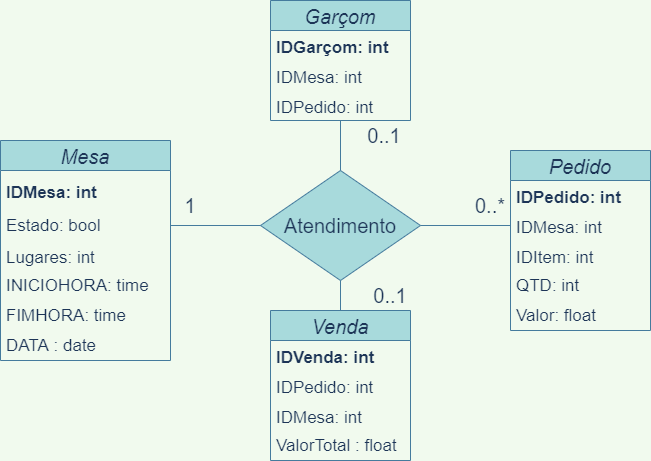
hinname/project-Restaurant keeps this draw.io diagram as Diagrama de Classe Atendimento.drawio.png. Above is the earlier version. Source tidied: cells renumbered, new cells last; positions are measured from the earlier drawing's top-left corner, leaving out a move shared by most shapes.
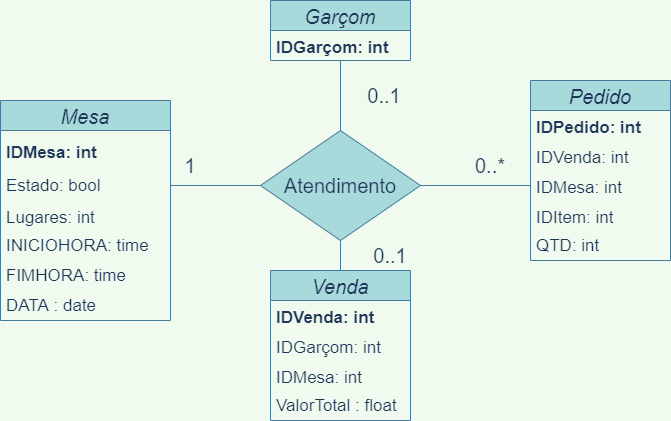
After the commit.

The edit, as a diff of the source:
```diff
@@ -24,23 +24,23 @@
       <mxGeometry y="190" width="170" height="30" as="geometry" />
     </mxCell>
     <mxCell id="9" value="Pedido" style="swimlane;fontStyle=2;horizontal=1;startSize=30;fontSize=20;fillColor=#A8DADC;strokeColor=#457B9D;fontColor=#1D3557;" parent="1" vertex="1">
-      <mxGeometry x="510" y="150" width="140" height="180" as="geometry" />
+      <mxGeometry x="530" y="120" width="140" height="180" as="geometry" />
     </mxCell>
     <mxCell id="10" value="IDPedido: int" style="text;strokeColor=none;fillColor=none;align=left;verticalAlign=middle;spacingLeft=4;spacingRight=4;overflow=hidden;fontColor=#1D3557;fontSize=17;fontStyle=1;" parent="9" vertex="1">
       <mxGeometry y="30" width="140" height="30" as="geometry" />
     </mxCell>
+    <mxCell id="34" value="IDVenda: int" style="text;strokeColor=none;fillColor=none;align=left;verticalAlign=middle;spacingLeft=4;spacingRight=4;overflow=hidden;fontSize=17;fontColor=#1D3557;fontStyle=0;" parent="9" vertex="1">
+      <mxGeometry y="60" width="140" height="30" as="geometry" />
+    </mxCell>
     <mxCell id="11" value="IDMesa: int" style="text;strokeColor=none;fillColor=none;align=left;verticalAlign=middle;spacingLeft=4;spacingRight=4;overflow=hidden;points=[[0,0.5],[1,0.5]];portConstraint=eastwest;fontColor=#1D3557;fontSize=17;" parent="9" vertex="1">
-      <mxGeometry y="60" width="140" height="30" as="geometry" />
+      <mxGeometry y="90" width="140" height="30" as="geometry" />
     </mxCell>
     <mxCell id="12" value="IDItem: int" style="text;strokeColor=none;fillColor=none;align=left;verticalAlign=middle;spacingLeft=4;spacingRight=4;overflow=hidden;fontColor=#1D3557;fontSize=17;" parent="9" vertex="1">
-      <mxGeometry y="90" width="140" height="30" as="geometry" />
+      <mxGeometry y="120" width="140" height="30" as="geometry" />
     </mxCell>
     <mxCell id="13" value="&lt;font style=&quot;font-size: 17px&quot;&gt;QTD: int&lt;/font&gt;" style="text;html=1;strokeColor=none;fillColor=none;align=left;verticalAlign=middle;rounded=0;fontSize=12;whiteSpace=wrap;spacingLeft=4;fontColor=#1D3557;" parent="9" vertex="1">
-      <mxGeometry y="120" width="140" height="30" as="geometry" />
+      <mxGeometry y="150" width="140" height="30" as="geometry" />
     </mxCell>
-    <mxCell id="14" value="&lt;font style=&quot;font-size: 17px&quot;&gt;Valor: float&lt;/font&gt;" style="text;html=1;strokeColor=none;fillColor=none;align=left;verticalAlign=middle;whiteSpace=wrap;rounded=0;fontSize=12;spacingLeft=4;fontColor=#1D3557;" parent="9" vertex="1">
-      <mxGeometry y="150" width="140" height="30" as="geometry" />
-    </mxCell>
     <mxCell id="15" value="&lt;font style=&quot;font-size: 20px&quot;&gt;0..*&lt;/font&gt;" style="text;html=1;strokeColor=none;fillColor=none;align=center;verticalAlign=middle;whiteSpace=wrap;rounded=0;fontSize=12;fontColor=#1D3557;" parent="1" vertex="1">
       <mxGeometry x="460" y="190" width="60" height="30" as="geometry" />
     </mxCell>
@@ -54,26 +54,20 @@
       <mxGeometry relative="1" as="geometry" />
     </mxCell>
     <mxCell id="19" value="Garçom" style="swimlane;fontStyle=2;horizontal=1;startSize=30;fontSize=20;align=center;fillColor=#A8DADC;strokeColor=#457B9D;fontColor=#1D3557;" parent="1" vertex="1">
-      <mxGeometry x="270" width="140" height="120" as="geometry" />
+      <mxGeometry x="270" y="40" width="140" height="60" as="geometry" />
     </mxCell>
     <mxCell id="20" value="IDGarçom: int" style="text;strokeColor=none;fillColor=none;align=left;verticalAlign=middle;spacingLeft=4;spacingRight=4;overflow=hidden;fontSize=17;fontColor=#1D3557;fontStyle=1;" parent="19" vertex="1">
       <mxGeometry y="30" width="140" height="30" as="geometry" />
     </mxCell>
-    <mxCell id="21" value="IDMesa: int" style="text;strokeColor=none;fillColor=none;align=left;verticalAlign=middle;spacingLeft=4;spacingRight=4;overflow=hidden;fontSize=17;fontColor=#1D3557;" parent="19" vertex="1">
-      <mxGeometry y="60" width="140" height="30" as="geometry" />
-    </mxCell>
-    <mxCell id="22" value="IDPedido: int" style="text;strokeColor=none;fillColor=none;align=left;verticalAlign=middle;spacingLeft=4;spacingRight=4;overflow=hidden;fontSize=17;fontColor=#1D3557;" parent="19" vertex="1">
-      <mxGeometry y="90" width="140" height="30" as="geometry" />
-    </mxCell>
     <mxCell id="23" value="Venda" style="swimlane;fontStyle=2;horizontal=1;startSize=30;fontSize=20;align=center;fillColor=#A8DADC;strokeColor=#457B9D;fontColor=#1D3557;" parent="1" vertex="1">
       <mxGeometry x="270" y="310" width="140" height="150" as="geometry" />
     </mxCell>
     <mxCell id="24" value="IDVenda: int" style="text;strokeColor=none;fillColor=none;align=left;verticalAlign=middle;spacingLeft=4;spacingRight=4;overflow=hidden;fontSize=17;fontColor=#1D3557;fontStyle=1;" parent="23" vertex="1">
       <mxGeometry y="30" width="140" height="30" as="geometry" />
     </mxCell>
-    <mxCell id="25" value="IDPedido: int" style="text;strokeColor=none;fillColor=none;align=left;verticalAlign=middle;spacingLeft=4;spacingRight=4;overflow=hidden;fontSize=17;fontColor=#1D3557;" parent="23" vertex="1">
-      <mxGeometry y="60" width="140" height="30" as="geometry" />
-    </mxCell>
+    <mxCell id="35" value="IDGarçom: int" style="text;strokeColor=none;fillColor=none;align=left;verticalAlign=middle;spacingLeft=4;spacingRight=4;overflow=hidden;fontSize=17;fontColor=#1D3557;fontStyle=0;" parent="23" vertex="1">
+      <mxGeometry y="60" width="140" height="30" as="geometry" />
+    </mxCell>
     <mxCell id="26" value="IDMesa: int" style="text;strokeColor=none;fillColor=none;align=left;verticalAlign=middle;spacingLeft=4;spacingRight=4;overflow=hidden;fontSize=17;fontColor=#1D3557;" parent="23" vertex="1">
       <mxGeometry y="90" width="140" height="30" as="geometry" />
     </mxCell>
```
